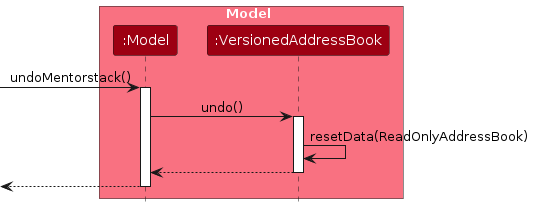
Before: diagrams/UndoSequenceDiagram-Model.png, a diagram exported from PlantUML (AY2425S2-CS2103-W11-1/tp). Its source is kept beside it as diagrams/UndoSequenceDiagram-Model.puml.
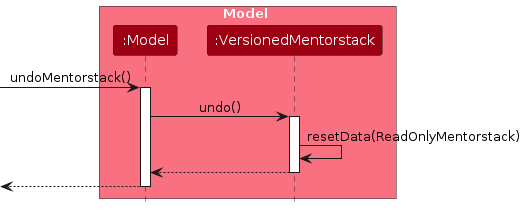
After the commit.

Change to the diagram source:
```diff
@@ -4,18 +4,18 @@
 
 box Model MODEL_COLOR_T1
 participant ":Model" as Model MODEL_COLOR
-participant ":VersionedAddressBook" as VersionedAddressBook MODEL_COLOR
+participant ":VersionedMentorstack" as VersionedMentorstack MODEL_COLOR
 end box
 
 [-> Model : undoMentorstack()
 activate Model
 
-Model -> VersionedAddressBook : undo()
-activate VersionedAddressBook
+Model -> VersionedMentorstack : undo()
+activate VersionedMentorstack
 
-VersionedAddressBook -> VersionedAddressBook :resetData(ReadOnlyAddressBook)
-VersionedAddressBook --> Model :
-deactivate VersionedAddressBook
+VersionedMentorstack -> VersionedMentorstack :resetData(ReadOnlyMentorstack)
+VersionedMentorstack --> Model :
+deactivate VersionedMentorstack
 
 [<-- Model
 deactivate Model
```
